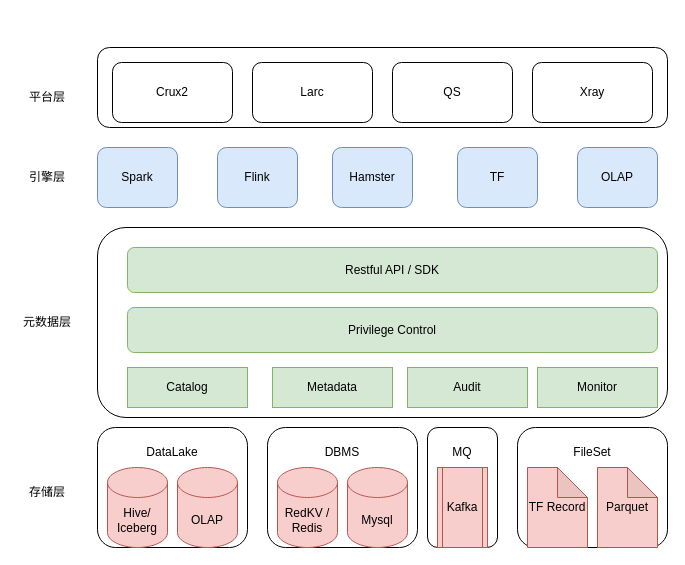
Above: 统一元数据 产品形态.drawio in labud/pictures (draw.io), before the change. Source tidied: cells renumbered, new cells numbered last; positions are measured from the earlier drawing's top-left corner, leaving out a move shared by most shapes. Both pictures are drawn from the tidied source at 100%, with x=0, y=0 at pixel (17, 47).
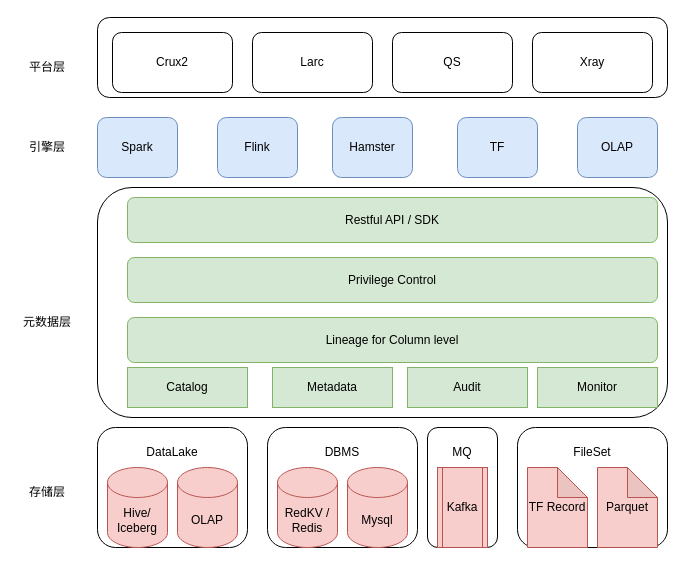
The same page after the edit.

Commit message:
Update 统一元数据 产品形态.drawio

Diff of the diagram source:
```diff
@@
     <mxCell id="6" style="rounded=1;whiteSpace=wrap;html=1;" parent="1" vertex="1">
-      <mxGeometry x="80" y="180" width="570" height="190" as="geometry" />
+      <mxGeometry x="80" y="140" width="570" height="230" as="geometry" />
     </mxCell>
@@
     <mxCell id="22" value="Privilege Control" style="rounded=1;whiteSpace=wrap;html=1;fillColor=#d5e8d4;strokeColor=#82b366;" parent="1" vertex="1">
-      <mxGeometry x="110" y="260" width="530" height="45" as="geometry" />
+      <mxGeometry x="110" y="210" width="530" height="45" as="geometry" />
     </mxCell>
     <mxCell id="23" value="Restful API / SDK" style="rounded=1;whiteSpace=wrap;html=1;fillColor=#d5e8d4;strokeColor=#82b366;" parent="1" vertex="1">
-      <mxGeometry x="110" y="200" width="530" height="45" as="geometry" />
+      <mxGeometry x="110" y="150" width="530" height="45" as="geometry" />
     </mxCell>
     <mxCell id="24" value="Spark" style="rounded=1;whiteSpace=wrap;html=1;fillColor=#dae8fc;strokeColor=#6c8ebf;" parent="1" vertex="1">
-      <mxGeometry x="80" y="100" width="80" height="60" as="geometry" />
+      <mxGeometry x="80" y="70" width="80" height="60" as="geometry" />
     </mxCell>
     <mxCell id="25" value="Flink" style="rounded=1;whiteSpace=wrap;html=1;fillColor=#dae8fc;strokeColor=#6c8ebf;" parent="1" vertex="1">
-      <mxGeometry x="200" y="100" width="80" height="60" as="geometry" />
+      <mxGeometry x="200" y="70" width="80" height="60" as="geometry" />
     </mxCell>
     <mxCell id="26" value="Hamster" style="rounded=1;whiteSpace=wrap;html=1;fillColor=#dae8fc;strokeColor=#6c8ebf;" parent="1" vertex="1">
-      <mxGeometry x="315" y="100" width="80" height="60" as="geometry" />
+      <mxGeometry x="315" y="70" width="80" height="60" as="geometry" />
     </mxCell>
     <mxCell id="27" value="TF" style="rounded=1;whiteSpace=wrap;html=1;fillColor=#dae8fc;strokeColor=#6c8ebf;" parent="1" vertex="1">
-      <mxGeometry x="440" y="100" width="80" height="60" as="geometry" />
+      <mxGeometry x="440" y="70" width="80" height="60" as="geometry" />
     </mxCell>
     <mxCell id="28" value="OLAP" style="rounded=1;whiteSpace=wrap;html=1;fillColor=#dae8fc;strokeColor=#6c8ebf;" parent="1" vertex="1">
-      <mxGeometry x="560" y="100" width="80" height="60" as="geometry" />
+      <mxGeometry x="560" y="70" width="80" height="60" as="geometry" />
     </mxCell>
@@
     <mxCell id="31" value="引擎层" style="text;html=1;align=center;verticalAlign=middle;whiteSpace=wrap;rounded=0;" parent="1" vertex="1">
-      <mxGeometry y="115" width="60" height="30" as="geometry" />
+      <mxGeometry y="85" width="60" height="30" as="geometry" />
     </mxCell>
     <mxCell id="32" style="rounded=1;whiteSpace=wrap;html=1;" parent="1" vertex="1">
-      <mxGeometry x="80" width="570" height="80" as="geometry" />
+      <mxGeometry x="80" y="-30" width="570" height="80" as="geometry" />
     </mxCell>
     <mxCell id="33" value="平台层" style="text;html=1;align=center;verticalAlign=middle;whiteSpace=wrap;rounded=0;" parent="1" vertex="1">
-      <mxGeometry y="35" width="60" height="30" as="geometry" />
+      <mxGeometry y="5" width="60" height="30" as="geometry" />
     </mxCell>
     <mxCell id="34" value="Crux2" style="rounded=1;whiteSpace=wrap;html=1;" parent="1" vertex="1">
-      <mxGeometry x="95" y="15" width="120" height="60" as="geometry" />
+      <mxGeometry x="95" y="-15" width="120" height="60" as="geometry" />
     </mxCell>
     <mxCell id="35" value="Larc" style="rounded=1;whiteSpace=wrap;html=1;" parent="1" vertex="1">
-      <mxGeometry x="235" y="15" width="120" height="60" as="geometry" />
+      <mxGeometry x="235" y="-15" width="120" height="60" as="geometry" />
     </mxCell>
     <mxCell id="36" value="QS" style="rounded=1;whiteSpace=wrap;html=1;" parent="1" vertex="1">
-      <mxGeometry x="375" y="15" width="120" height="60" as="geometry" />
+      <mxGeometry x="375" y="-15" width="120" height="60" as="geometry" />
     </mxCell>
     <mxCell id="37" value="Xray" style="rounded=1;whiteSpace=wrap;html=1;" parent="1" vertex="1">
-      <mxGeometry x="515" y="15" width="120" height="60" as="geometry" />
+      <mxGeometry x="515" y="-15" width="120" height="60" as="geometry" />
     </mxCell>
+    <mxCell id="38" value="Lineage for Column level" style="rounded=1;whiteSpace=wrap;html=1;fillColor=#d5e8d4;strokeColor=#82b366;" parent="1" vertex="1">
+      <mxGeometry x="110" y="270" width="530" height="45" as="geometry" />
+    </mxCell>
```
